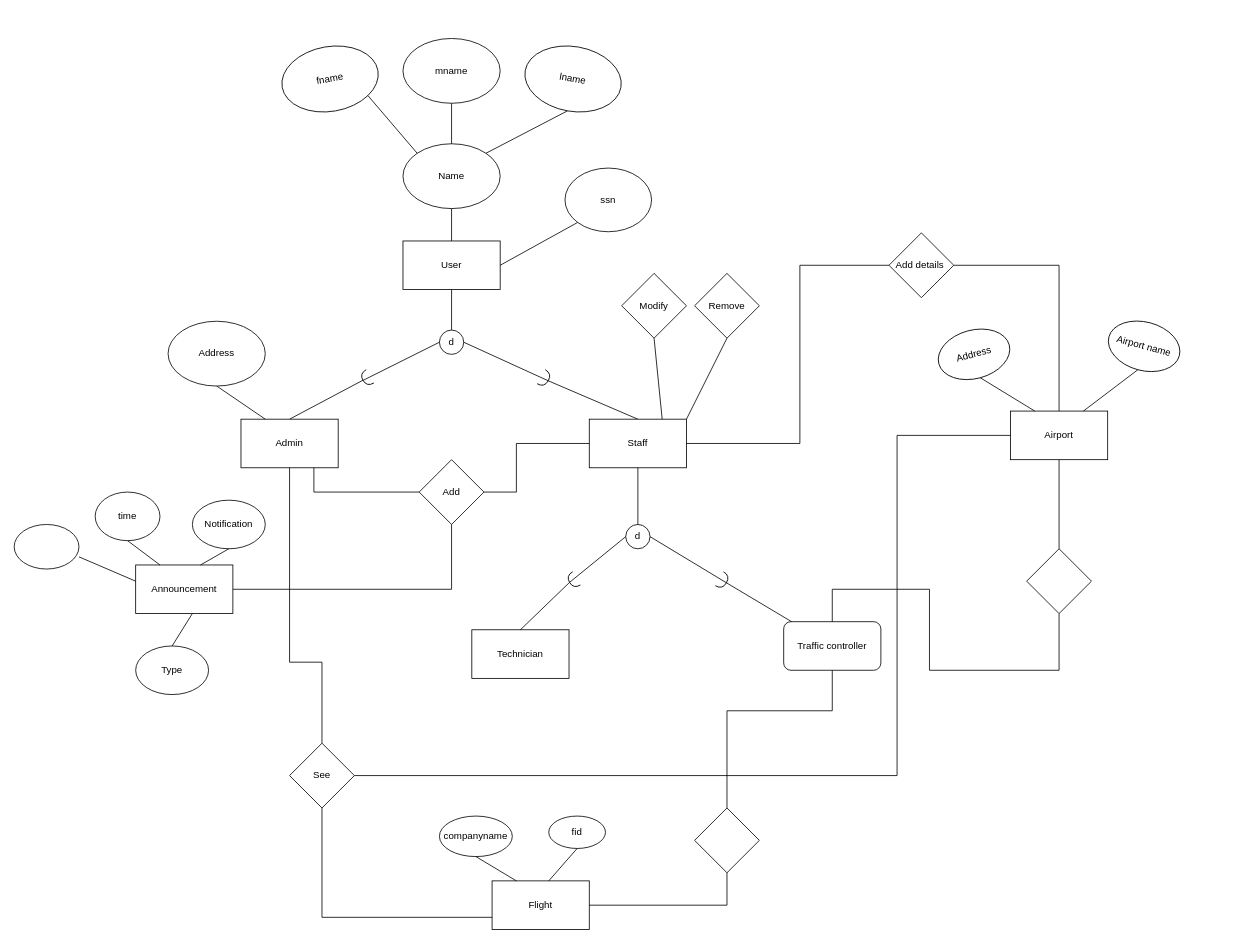
This is Phase2.drawio from codestrummer29/dbd, a draw.io file, before an edit. Source tidied: cells renumbered, new cells numbered last; positions are measured from the earlier drawing's top-left corner, leaving out a move shared by most shapes. Both pictures are drawn from the tidied source at 81%, with x=0, y=0 at pixel (14, 38).
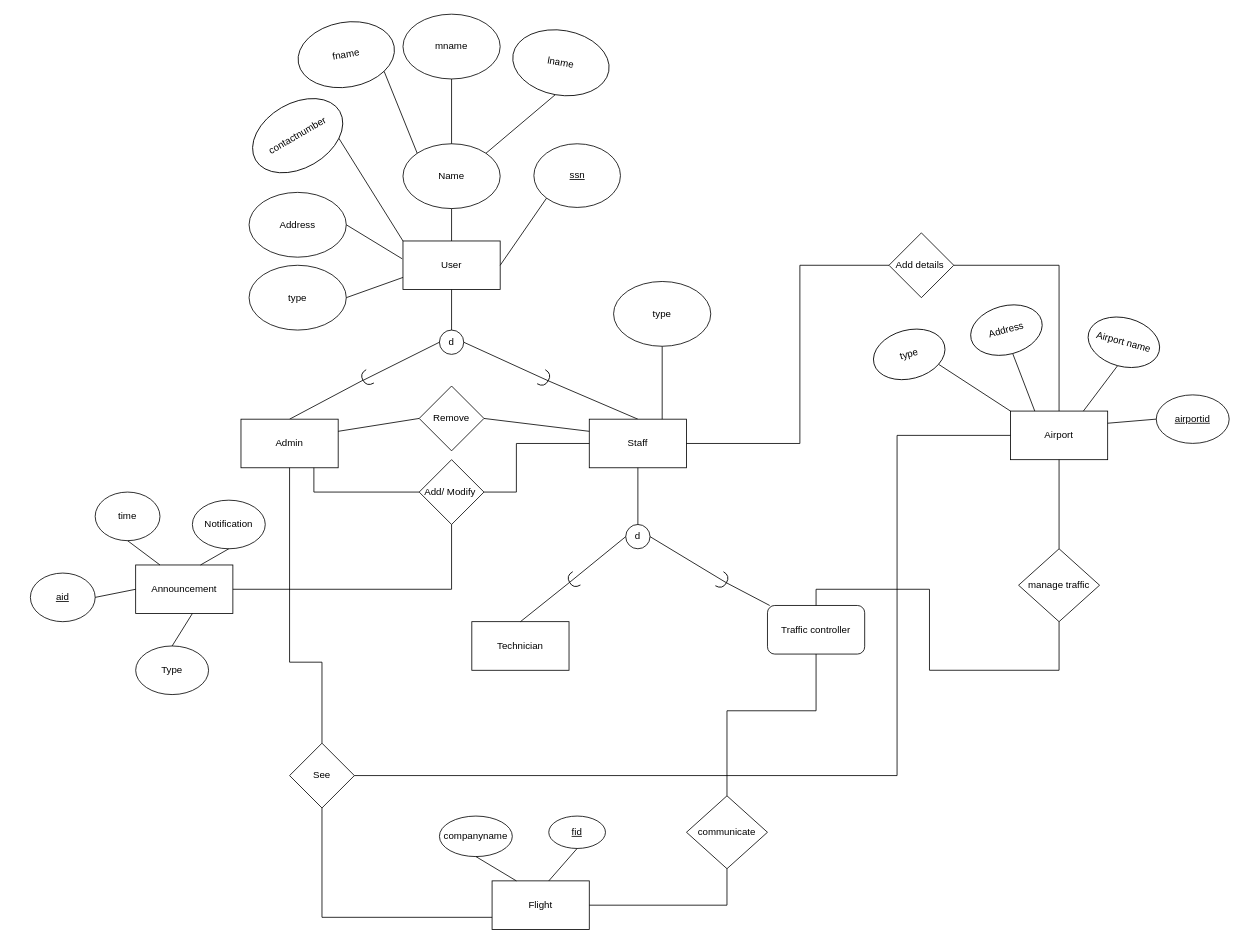
After the change.

The change refers to these unchanged cells:
```xml
<mxCell id="2" value="User" style="rounded=0;whiteSpace=wrap;html=1;" parent="1" vertex="1">
  <mxGeometry x="480" y="250" width="120" height="60" as="geometry" />
</mxCell>
<mxCell id="18" value="Admin" style="rounded=0;whiteSpace=wrap;html=1;" parent="1" vertex="1">
  <mxGeometry x="280" y="470" width="120" height="60" as="geometry" />
</mxCell>
<mxCell id="24" value="Staff" style="rounded=0;whiteSpace=wrap;html=1;" parent="1" vertex="1">
  <mxGeometry x="710" y="470" width="120" height="60" as="geometry" />
</mxCell>
<mxCell id="31" value="Airport" style="rounded=0;whiteSpace=wrap;html=1;" parent="1" vertex="1">
  <mxGeometry x="1230" y="460" width="120" height="60" as="geometry" />
</mxCell>
<mxCell id="53" value="Announcement" style="rounded=0;whiteSpace=wrap;html=1;" parent="1" vertex="1">
  <mxGeometry x="150" y="650" width="120" height="60" as="geometry" />
</mxCell>
```

The edit, as a diff of the source:
```diff
@@
     <mxCell id="3" value="fname" style="ellipse;whiteSpace=wrap;html=1;rotation=-10;" parent="1" vertex="1">
-      <mxGeometry x="330" y="10" width="120" height="80" as="geometry" />
+      <mxGeometry x="350" y="-20" width="120" height="80" as="geometry" />
     </mxCell>
     <mxCell id="4" value="mname" style="ellipse;whiteSpace=wrap;html=1;" parent="1" vertex="1">
-      <mxGeometry x="480" width="120" height="80" as="geometry" />
+      <mxGeometry x="480" y="-30" width="120" height="80" as="geometry" />
     </mxCell>
     <mxCell id="5" value="lname" style="ellipse;whiteSpace=wrap;html=1;rotation=10;" parent="1" vertex="1">
-      <mxGeometry x="630" y="10" width="120" height="80" as="geometry" />
+      <mxGeometry x="615" y="-10" width="120" height="80" as="geometry" />
     </mxCell>
@@
-    <mxCell id="7" value="ssn" style="ellipse;whiteSpace=wrap;html=1;rotation=0;" parent="1" vertex="1">
-      <mxGeometry x="680" y="160" width="106.9" height="78.6" as="geometry" />
+    <mxCell id="7" value="&lt;u&gt;ssn&lt;/u&gt;" style="ellipse;whiteSpace=wrap;html=1;rotation=0;" parent="1" vertex="1">
+      <mxGeometry x="641.6" y="130" width="106.9" height="78.6" as="geometry" />
     </mxCell>
@@
-    <mxCell id="19" value="Address" style="ellipse;whiteSpace=wrap;html=1;" parent="1" vertex="1">
-      <mxGeometry x="190" y="349.1" width="120" height="80" as="geometry" />
-    </mxCell>
-    <mxCell id="20" style="endArrow=none;html=1;rounded=0;entryX=0.5;entryY=1;entryDx=0;entryDy=0;exitX=0.25;exitY=0;exitDx=0;exitDy=0;" parent="1" edge="1" source="18" target="19">
-      <mxGeometry relative="1" as="geometry" />
-    </mxCell>
@@
-    <mxCell id="25" value="Modify" style="rhombus;whiteSpace=wrap;html=1;" parent="1" vertex="1">
-      <mxGeometry x="750" y="290" width="80" height="80" as="geometry" />
-    </mxCell>
-    <mxCell id="26" value="Remove" style="rhombus;whiteSpace=wrap;html=1;" parent="1" vertex="1">
-      <mxGeometry x="840" y="290" width="80" height="80" as="geometry" />
-    </mxCell>
-    <mxCell id="27" style="endArrow=none;html=1;rounded=0;entryX=0.5;entryY=1;entryDx=0;entryDy=0;exitX=0.75;exitY=0;exitDx=0;exitDy=0;" parent="1" edge="1" source="24" target="25">
+    <mxCell id="27" style="endArrow=none;html=1;rounded=0;entryX=0.5;entryY=1;entryDx=0;entryDy=0;exitX=0.75;exitY=0;exitDx=0;exitDy=0;" parent="1" edge="1" source="24" target="75">
       <mxGeometry relative="1" as="geometry" />
     </mxCell>
-    <mxCell id="28" style="endArrow=none;html=1;rounded=0;entryX=0.5;entryY=1;entryDx=0;entryDy=0;exitX=1;exitY=0;exitDx=0;exitDy=0;" parent="1" edge="1" source="24" target="26">
-      <mxGeometry relative="1" as="geometry" />
-    </mxCell>
@@
     <mxCell id="33" value="Address" style="ellipse;whiteSpace=wrap;html=1;rotation=-15;" parent="1" vertex="1">
-      <mxGeometry x="1140" y="360" width="90" height="59.9" as="geometry" />
+      <mxGeometry x="1180" y="330.1" width="90" height="59.9" as="geometry" />
     </mxCell>
     <mxCell id="34" value="Airport name" style="ellipse;whiteSpace=wrap;html=1;rotation=15;" parent="1" vertex="1">
-      <mxGeometry x="1350" y="350.1" width="90" height="59.9" as="geometry" />
+      <mxGeometry x="1325" y="345.1" width="90" height="59.9" as="geometry" />
     </mxCell>
@@
-    <mxCell id="37" style="rhombus;whiteSpace=wrap;html=1;" parent="1" vertex="1">
-      <mxGeometry x="1250" y="630" width="80" height="80" as="geometry" />
+    <mxCell id="37" value="manage traffic" style="rhombus;whiteSpace=wrap;html=1;" parent="1" vertex="1">
+      <mxGeometry x="1240" y="630" width="100" height="90" as="geometry" />
     </mxCell>
@@
     <mxCell id="39" value="Traffic controller" style="rounded=1;whiteSpace=wrap;html=1;" parent="1" vertex="1">
-      <mxGeometry x="950" y="720" width="120" height="60" as="geometry" />
+      <mxGeometry x="930" y="700" width="120" height="60" as="geometry" />
     </mxCell>
     <mxCell id="40" style="endArrow=none;html=1;rounded=0;entryX=0.5;entryY=1;entryDx=0;entryDy=0;exitX=0.5;exitY=0;exitDx=0;exitDy=0;" parent="1" edge="1" source="39" target="37">
       <mxGeometry relative="1" as="geometry">
         <Array as="points">
-          <mxPoint x="1010" y="680" />
+          <mxPoint x="990" y="680" />
           <mxPoint x="1130" y="680" />
           <mxPoint x="1130" y="780" />
           <mxPoint x="1290" y="780" />
         </Array>
       </mxGeometry>
     </mxCell>
@@
     <mxCell id="48" value="Technician" style="rounded=0;whiteSpace=wrap;html=1;" parent="1" vertex="1">
-      <mxGeometry x="565" y="730" width="120" height="60" as="geometry" />
+      <mxGeometry x="565" y="720" width="120" height="60" as="geometry" />
     </mxCell>
@@
-    <mxCell id="50" value="Add" style="rhombus;whiteSpace=wrap;html=1;" parent="1" vertex="1">
+    <mxCell id="50" value="Add/ Modify&amp;nbsp;" style="rhombus;whiteSpace=wrap;html=1;" parent="1" vertex="1">
       <mxGeometry x="500" y="520" width="80" height="80" as="geometry" />
     </mxCell>
@@
-    <mxCell id="58" style="ellipse;whiteSpace=wrap;html=1;" parent="1" vertex="1">
-      <mxGeometry y="600" width="80" height="55" as="geometry" />
-    </mxCell>
@@
-    <mxCell id="62" style="endArrow=none;html=1;rounded=0;entryX=1;entryY=0.727;entryDx=0;entryDy=0;entryPerimeter=0;" parent="1" edge="1" target="58">
-      <mxGeometry relative="1" as="geometry">
-        <mxPoint x="150" y="670" as="sourcePoint" />
-      </mxGeometry>
-    </mxCell>
@@
-    <mxCell id="68" style="rhombus;whiteSpace=wrap;html=1;fontFamily=Helvetica;fontSize=12;fontColor=default;strokeColor=default;fillColor=default;" parent="1" vertex="1">
-      <mxGeometry x="840" y="950" width="80" height="80" as="geometry" />
+    <mxCell id="68" value="communicate" style="rhombus;whiteSpace=wrap;html=1;fontFamily=Helvetica;fontSize=12;fontColor=default;strokeColor=default;fillColor=default;" parent="1" vertex="1">
+      <mxGeometry x="830" y="935" width="100" height="90" as="geometry" />
     </mxCell>
     <mxCell id="69" style="endArrow=none;html=1;rounded=0;fontFamily=Helvetica;fontSize=12;fontColor=default;entryX=0.5;entryY=1;entryDx=0;entryDy=0;exitX=0.5;exitY=0;exitDx=0;exitDy=0;" parent="1" edge="1" source="68" target="39">
       <mxGeometry relative="1" as="geometry">
         <Array as="points">
           <mxPoint x="880" y="830" />
-          <mxPoint x="1010" y="830" />
+          <mxPoint x="990" y="830" />
         </Array>
       </mxGeometry>
     </mxCell>
@@
-    <mxCell id="71" value="fid" style="ellipse;whiteSpace=wrap;html=1;fontFamily=Helvetica;fontSize=12;fontColor=default;strokeColor=default;fillColor=default;" parent="1" vertex="1">
+    <mxCell id="71" value="&lt;u&gt;fid&lt;/u&gt;" style="ellipse;whiteSpace=wrap;html=1;fontFamily=Helvetica;fontSize=12;fontColor=default;strokeColor=default;fillColor=default;" parent="1" vertex="1">
       <mxGeometry x="660" y="960" width="70" height="40" as="geometry" />
     </mxCell>
@@
+    <mxCell id="75" value="type" style="ellipse;whiteSpace=wrap;html=1;rotation=0;" parent="1" vertex="1">
+      <mxGeometry x="740" y="300" width="120" height="80" as="geometry" />
+    </mxCell>
+    <mxCell id="76" value="&lt;u&gt;airportid&lt;/u&gt;" style="ellipse;whiteSpace=wrap;html=1;rotation=0;" parent="1" vertex="1">
+      <mxGeometry x="1410" y="440" width="90" height="59.9" as="geometry" />
+    </mxCell>
+    <mxCell id="77" style="endArrow=none;html=1;rounded=0;entryX=0;entryY=0.5;entryDx=0;entryDy=0;exitX=1;exitY=0.25;exitDx=0;exitDy=0;" parent="1" edge="1" source="31" target="76">
+      <mxGeometry relative="1" as="geometry" />
+    </mxCell>
+    <mxCell id="19" value="Address" style="ellipse;whiteSpace=wrap;html=1;" parent="1" vertex="1">
+      <mxGeometry x="290" y="190" width="120" height="80" as="geometry" />
+    </mxCell>
+    <mxCell id="78" style="endArrow=none;html=1;rounded=0;entryX=1;entryY=0.5;entryDx=0;entryDy=0;exitX=-0.008;exitY=0.367;exitDx=0;exitDy=0;exitPerimeter=0;" parent="1" edge="1" source="2" target="19">
+      <mxGeometry relative="1" as="geometry" />
+    </mxCell>
+    <mxCell id="26" value="Remove" style="rhombus;whiteSpace=wrap;html=1;" parent="1" vertex="1">
+      <mxGeometry x="500" y="429.1" width="80" height="80" as="geometry" />
+    </mxCell>
+    <mxCell id="79" style="endArrow=none;html=1;rounded=0;entryX=0;entryY=0.5;entryDx=0;entryDy=0;exitX=1;exitY=0.25;exitDx=0;exitDy=0;" parent="1" edge="1" source="18" target="26">
+      <mxGeometry relative="1" as="geometry" />
+    </mxCell>
+    <mxCell id="80" style="endArrow=none;html=1;rounded=0;entryX=0;entryY=0.25;entryDx=0;entryDy=0;exitX=1;exitY=0.5;exitDx=0;exitDy=0;" parent="1" edge="1" source="26" target="24">
+      <mxGeometry relative="1" as="geometry" />
+    </mxCell>
+    <mxCell id="81" value="type" style="ellipse;whiteSpace=wrap;html=1;rotation=-15;" parent="1" vertex="1">
+      <mxGeometry x="1060" y="360" width="90" height="60" as="geometry" />
+    </mxCell>
+    <mxCell id="82" style="endArrow=none;html=1;rounded=0;entryX=0;entryY=0;entryDx=0;entryDy=0;exitX=1;exitY=1;exitDx=0;exitDy=0;" parent="1" edge="1" source="81" target="31">
+      <mxGeometry relative="1" as="geometry" />
+    </mxCell>
+    <mxCell id="83" value="type" style="ellipse;whiteSpace=wrap;html=1;rotation=0;" parent="1" vertex="1">
+      <mxGeometry x="290" y="280" width="120" height="80" as="geometry" />
+    </mxCell>
+    <mxCell id="84" style="endArrow=none;html=1;rounded=0;entryX=0;entryY=0.75;entryDx=0;entryDy=0;exitX=1;exitY=0.5;exitDx=0;exitDy=0;" parent="1" edge="1" source="83" target="2">
+      <mxGeometry relative="1" as="geometry" />
+    </mxCell>
+    <mxCell id="85" value="contactnumber" style="ellipse;whiteSpace=wrap;html=1;rotation=-30;" parent="1" vertex="1">
+      <mxGeometry x="290" y="80" width="120" height="80" as="geometry" />
+    </mxCell>
+    <mxCell id="86" style="endArrow=none;html=1;rounded=0;exitX=0;exitY=0;exitDx=0;exitDy=0;entryX=1;entryY=1;entryDx=0;entryDy=0;" parent="1" edge="1" source="2" target="85">
+      <mxGeometry relative="1" as="geometry" />
+    </mxCell>
+    <mxCell id="87" value="&lt;u&gt;aid&lt;/u&gt;" style="ellipse;whiteSpace=wrap;html=1;" parent="1" vertex="1">
+      <mxGeometry x="20" y="660" width="80" height="60" as="geometry" />
+    </mxCell>
+    <mxCell id="88" style="endArrow=none;html=1;rounded=0;entryX=1;entryY=0.5;entryDx=0;entryDy=0;exitX=0;exitY=0.5;exitDx=0;exitDy=0;" parent="1" edge="1" source="53" target="87">
+      <mxGeometry relative="1" as="geometry" />
+    </mxCell>
```
